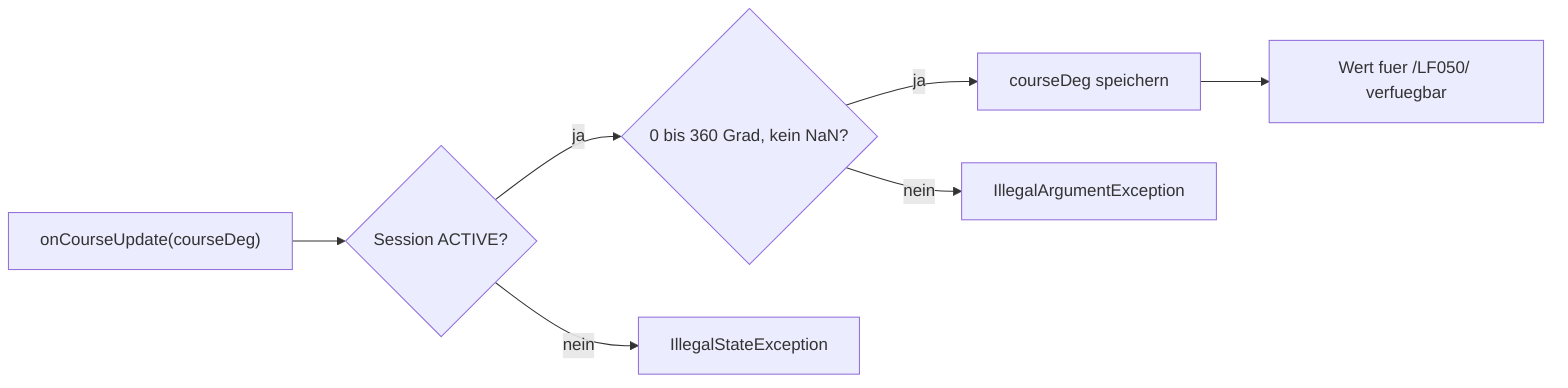
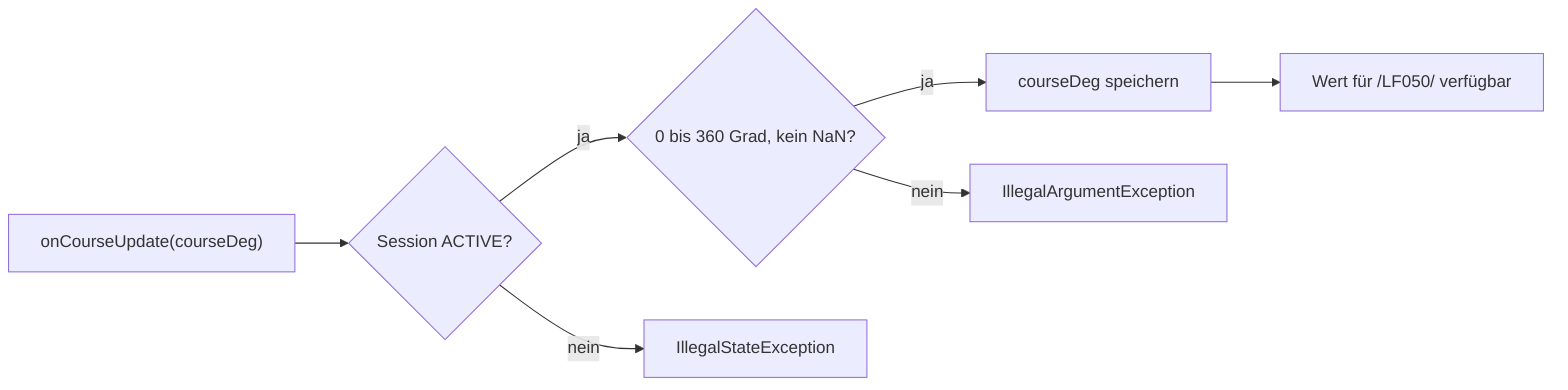
flowchart LR
  call["onCourseUpdate(courseDeg)"] --> active{"Session ACTIVE?"}
  active -->|ja| range{"0 bis 360 Grad, kein NaN?"}
  active -->|nein| ise["IllegalStateException"]
  range -->|ja| set["courseDeg speichern"]
  range -->|nein| iae["IllegalArgumentException"]
-   set --> endNode["Wert fuer /LF050/ verfuegbar"]
+   set --> endNode["Wert für /LF050/ verfügbar"]
